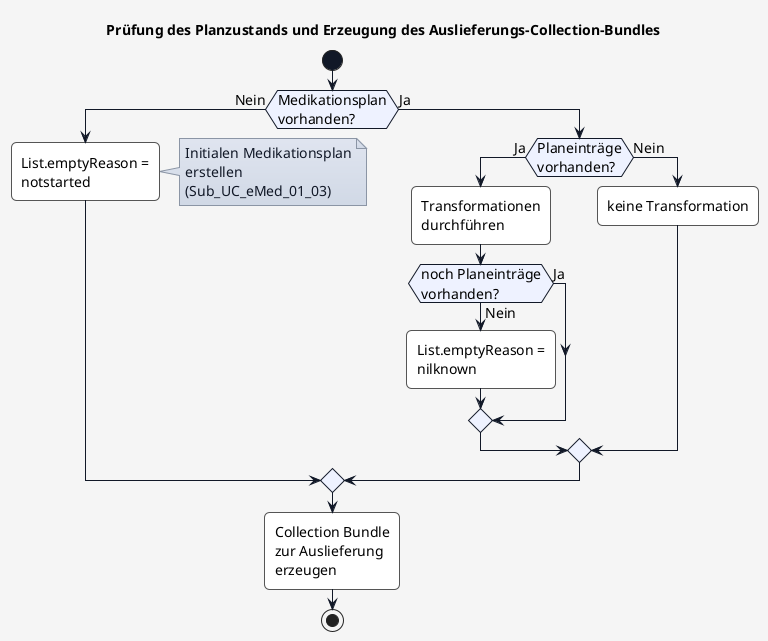
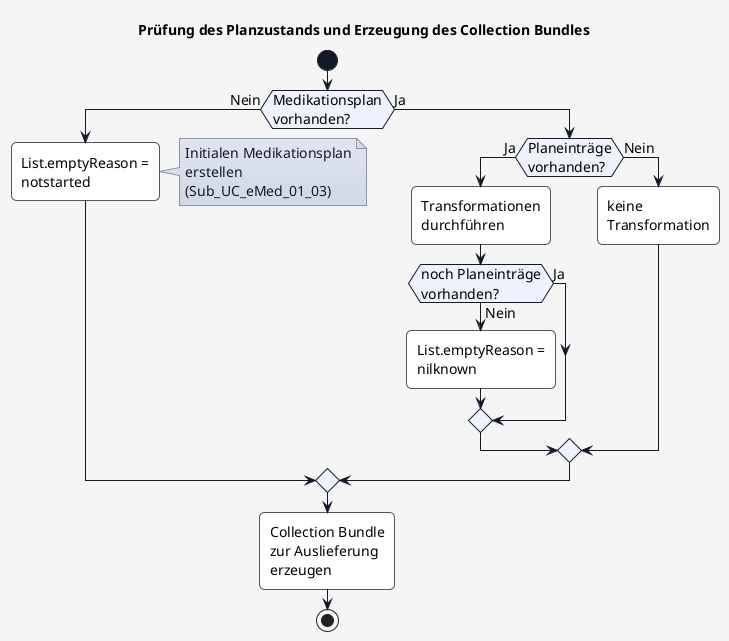
@startuml
- title Prüfung des Planzustands und Erzeugung des Auslieferungs-Collection-Bundles
+ title Prüfung des Planzustands und Erzeugung des Collection Bundles

skinparam borderColor #000000
skinparam backgroundColor #f5f5f5
skinparam shadowing false
skinparam roundCorner 10
skinparam defaultFontName "Arial"
skinparam defaultFontSize 14
skinparam defaultFontColor #000000
skinparam HyperlinkColor #0000EE
skinparam HyperlinkUnderline false
skinparam BoxPadding 20
skinparam BoxBorderColor #555555

skinparam note {
  BackgroundColor #e0e5f0-#d1d9e6
  BorderColor #8b95a5
  BorderThickness 1
  RoundCorner 0
  Padding 6
  FontColor #111827
  Shadowing false
}

skinparam activity {
  BackgroundColor #ffffff
  BorderColor #555555
  BorderThickness 1
  FontColor #000000
  FontSize 14
  DiamondBackgroundColor #eef2ff
  DiamondBorderColor #111827
  DiamondFontColor #000000
  StartColor #111827
  EndColor #111827
  ArrowColor #111827
  ArrowThickness 1
}

start

if (Medikationsplan\nvorhanden?) then (Nein)

  :List.emptyReason =\nnotstarted;

  note right
    Initialen Medikationsplan
    erstellen
    (Sub_UC_eMed_01_03)
  end note

else (Ja)

  if (Planeinträge\nvorhanden?) then (Ja)

    :Transformationen\ndurchführen;

    if (noch Planeinträge\nvorhanden?) then (Ja)

    else (Nein)

      :List.emptyReason =\nnilknown;

    endif

  else (Nein)

-     :keine Transformation;
+     :keine\nTransformation;

  endif

endif

:Collection Bundle\nzur Auslieferung\nerzeugen;

stop

@enduml